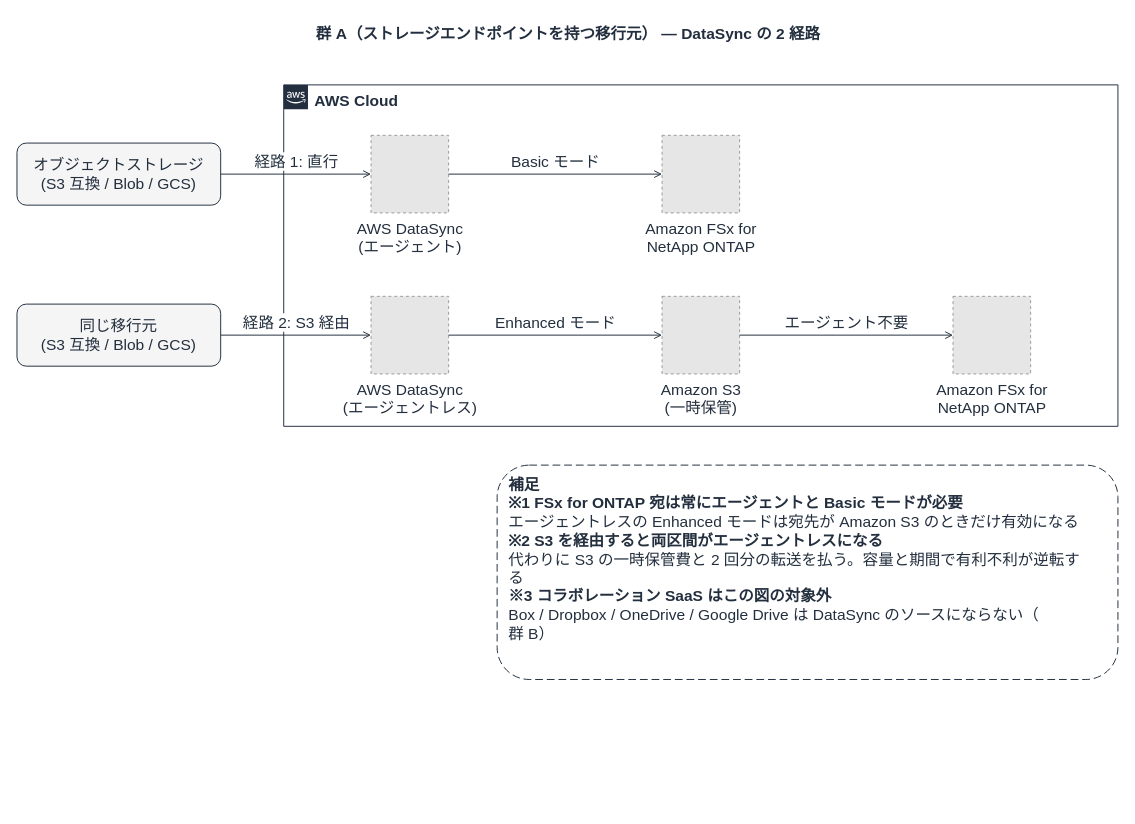
This is docs/diagrams/saas-migration-group-a-routes.drawio from Yoshiki0705/FSx-for-ONTAP-S3AccessPoints-Serverless-Patterns, a draw.io file, before an edit. Source tidied: cells renumbered, new cells numbered last; positions are measured from the earlier drawing's top-left corner, leaving out a move shared by most shapes. Both pictures are drawn from the tidied source at 97%, with x=0, y=0 at pixel (16, 16). Pictures stored in the file or linked from it are replaced by grey dashed boxes.
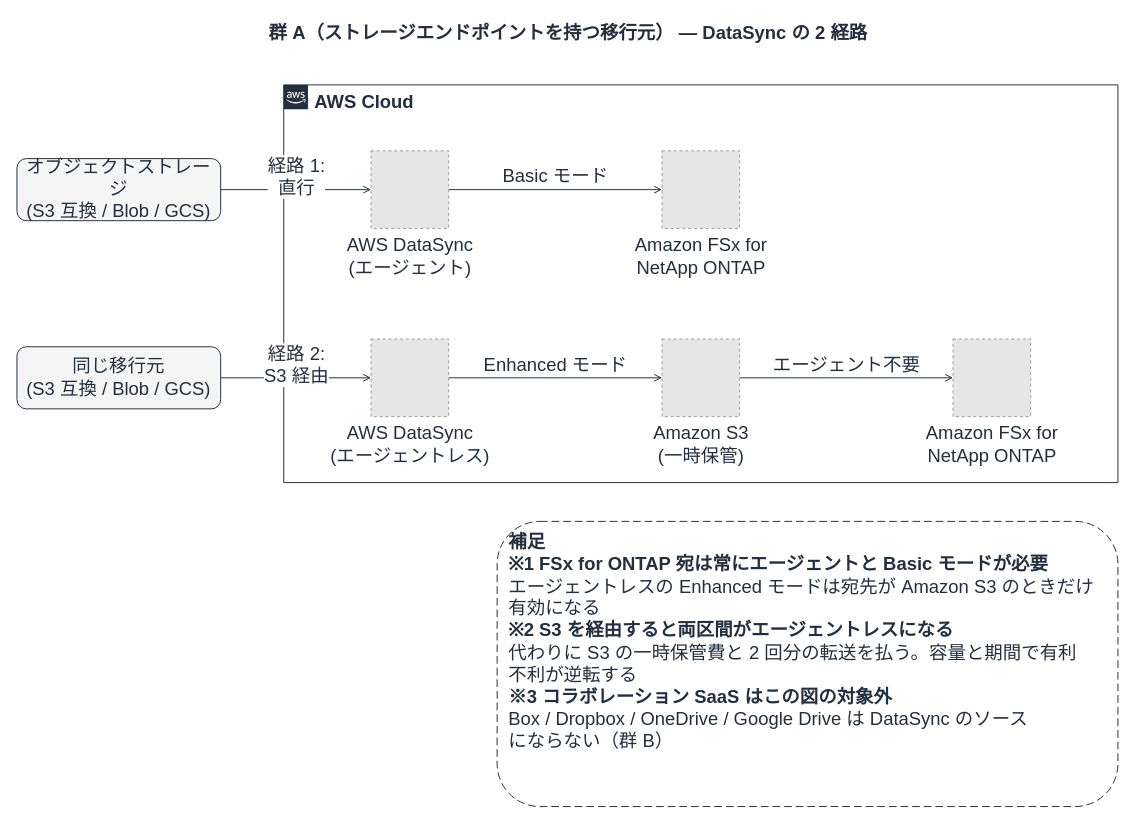
The same diagram, later.

Diff of the diagram source:
```diff
@@
-    <mxCell id="2" value="群 A（ストレージエンドポイントを持つ移行元） — DataSync の 2 経路" style="text;html=1;align=center;verticalAlign=middle;fontSize=16;fontStyle=1;fontColor=#232F3E;" parent="1" vertex="1">
+    <mxCell id="2" value="群 A（ストレージエンドポイントを持つ移行元） — DataSync の 2 経路" style="text;html=1;align=center;verticalAlign=middle;fontSize=19;fontStyle=1;fontColor=#232F3E;" parent="1" vertex="1">
       <mxGeometry width="1135" height="34" as="geometry" />
     </mxCell>
-    <mxCell id="3" value="AWS Cloud" style="gradientColor=none;html=1;whiteSpace=wrap;fontSize=16;fontStyle=1;shape=mxgraph.aws4.group;grIcon=mxgraph.aws4.group_aws_cloud_alt;strokeColor=#232F3E;fillColor=none;verticalAlign=top;align=left;spacingLeft=30;fontColor=#232F3E;dashed=0;" parent="1" vertex="1">
-      <mxGeometry x="275" y="70" width="860" height="352" as="geometry" />
+    <mxCell id="3" value="AWS Cloud" style="gradientColor=none;html=1;whiteSpace=wrap;fontSize=19;fontStyle=1;shape=mxgraph.aws4.group;grIcon=mxgraph.aws4.group_aws_cloud_alt;strokeColor=#232F3E;fillColor=none;verticalAlign=top;align=left;spacingLeft=30;fontColor=#232F3E;dashed=0;" parent="1" vertex="1">
+      <mxGeometry x="275" y="70" width="860" height="410" as="geometry" />
     </mxCell>
+    <mxCell id="11" value="経路 1:&lt;br&gt;直行" style="edgeStyle=orthogonalEdgeStyle;rounded=0;jettySize=auto;html=1;endArrow=open;endFill=0;strokeColor=#232F3E;strokeWidth=1;fontSize=19;fontColor=#232F3E;labelBackgroundColor=#ffffff;" parent="1" edge="1" source="4" target="5">
+      <mxGeometry relative="1" as="geometry">
+        <mxPoint y="-13" as="offset" />
+      </mxGeometry>
+    </mxCell>
+    <mxCell id="12" value="Basic モード" style="edgeStyle=orthogonalEdgeStyle;rounded=0;jettySize=auto;html=1;endArrow=open;endFill=0;strokeColor=#232F3E;strokeWidth=1;fontSize=19;fontColor=#232F3E;labelBackgroundColor=#ffffff;" parent="1" edge="1" source="5" target="6">
+      <mxGeometry relative="1" as="geometry">
+        <mxPoint y="-13" as="offset" />
+      </mxGeometry>
+    </mxCell>
+    <mxCell id="13" value="経路 2:&lt;br&gt;S3 経由" style="edgeStyle=orthogonalEdgeStyle;rounded=0;jettySize=auto;html=1;endArrow=open;endFill=0;strokeColor=#232F3E;strokeWidth=1;fontSize=19;fontColor=#232F3E;labelBackgroundColor=#ffffff;" parent="1" edge="1" source="7" target="8">
+      <mxGeometry relative="1" as="geometry">
+        <mxPoint y="-13" as="offset" />
+      </mxGeometry>
+    </mxCell>
+    <mxCell id="14" value="Enhanced モード" style="edgeStyle=orthogonalEdgeStyle;rounded=0;jettySize=auto;html=1;endArrow=open;endFill=0;strokeColor=#232F3E;strokeWidth=1;fontSize=19;fontColor=#232F3E;labelBackgroundColor=#ffffff;" parent="1" edge="1" source="8" target="9">
+      <mxGeometry relative="1" as="geometry">
+        <mxPoint y="-13" as="offset" />
+      </mxGeometry>
+    </mxCell>
+    <mxCell id="15" value="エージェント不要" style="edgeStyle=orthogonalEdgeStyle;rounded=0;jettySize=auto;html=1;endArrow=open;endFill=0;strokeColor=#232F3E;strokeWidth=1;fontSize=19;fontColor=#232F3E;labelBackgroundColor=#ffffff;" parent="1" edge="1" source="9" target="10">
+      <mxGeometry relative="1" as="geometry">
+        <mxPoint y="-13" as="offset" />
+      </mxGeometry>
+    </mxCell>
-    <mxCell id="4" value="オブジェクトストレージ&lt;br&gt;(S3 互換 / Blob / GCS)" style="rounded=1;whiteSpace=wrap;html=1;dashed=0;strokeColor=#232F3E;fillColor=#F5F5F5;align=center;verticalAlign=middle;fontSize=16;fontColor=#232F3E;" parent="1" vertex="1">
-      <mxGeometry y="130" width="210" height="64" as="geometry" />
+    <mxCell id="4" value="オブジェクトストレージ&lt;br&gt;(S3 互換 / Blob / GCS)" style="rounded=1;whiteSpace=wrap;html=1;dashed=0;strokeColor=#232F3E;fillColor=#F5F5F5;align=center;verticalAlign=middle;fontSize=19;fontColor=#232F3E;" parent="1" vertex="1">
+      <mxGeometry y="146" width="210" height="64" as="geometry" />
     </mxCell>
-    <mxCell id="5" value="AWS DataSync&lt;br&gt;(エージェント)" style="fillColor=#E6E6E6;strokeColor=#999999;dashed=1;html=1;verticalLabelPosition=bottom;verticalAlign=top;labelPosition=center;align=center;fontSize=16;fontColor=#232F3E;" parent="1" vertex="1">
-      <mxGeometry x="365" y="122" width="80" height="80" as="geometry" />
+    <mxCell id="5" value="AWS DataSync&lt;br&gt;(エージェント)" style="fillColor=#E6E6E6;strokeColor=#999999;dashed=1;html=1;verticalLabelPosition=bottom;verticalAlign=top;labelPosition=center;align=center;fontSize=19;fontColor=#232F3E;labelBackgroundColor=#FFFFFF;" parent="1" vertex="1">
+      <mxGeometry x="365" y="138" width="80" height="80" as="geometry" />
     </mxCell>
-    <mxCell id="6" value="Amazon FSx for&lt;br&gt;NetApp ONTAP" style="fillColor=#E6E6E6;strokeColor=#999999;dashed=1;html=1;verticalLabelPosition=bottom;verticalAlign=top;labelPosition=center;align=center;fontSize=16;fontColor=#232F3E;" parent="1" vertex="1">
-      <mxGeometry x="665" y="122" width="80" height="80" as="geometry" />
+    <mxCell id="6" value="Amazon FSx for&lt;br&gt;NetApp ONTAP" style="fillColor=#E6E6E6;strokeColor=#999999;dashed=1;html=1;verticalLabelPosition=bottom;verticalAlign=top;labelPosition=center;align=center;fontSize=19;fontColor=#232F3E;labelBackgroundColor=#FFFFFF;" parent="1" vertex="1">
+      <mxGeometry x="665" y="138" width="80" height="80" as="geometry" />
     </mxCell>
-    <mxCell id="7" value="同じ移行元&lt;br&gt;(S3 互換 / Blob / GCS)" style="rounded=1;whiteSpace=wrap;html=1;dashed=0;strokeColor=#232F3E;fillColor=#F5F5F5;align=center;verticalAlign=middle;fontSize=16;fontColor=#232F3E;" parent="1" vertex="1">
-      <mxGeometry y="296" width="210" height="64" as="geometry" />
+    <mxCell id="7" value="同じ移行元&lt;br&gt;(S3 互換 / Blob / GCS)" style="rounded=1;whiteSpace=wrap;html=1;dashed=0;strokeColor=#232F3E;fillColor=#F5F5F5;align=center;verticalAlign=middle;fontSize=19;fontColor=#232F3E;" parent="1" vertex="1">
+      <mxGeometry y="340" width="210" height="64" as="geometry" />
     </mxCell>
-    <mxCell id="8" value="AWS DataSync&lt;br&gt;(エージェントレス)" style="fillColor=#E6E6E6;strokeColor=#999999;dashed=1;html=1;verticalLabelPosition=bottom;verticalAlign=top;labelPosition=center;align=center;fontSize=16;fontColor=#232F3E;" parent="1" vertex="1">
-      <mxGeometry x="365" y="288" width="80" height="80" as="geometry" />
+    <mxCell id="8" value="AWS DataSync&lt;br&gt;(エージェントレス)" style="fillColor=#E6E6E6;strokeColor=#999999;dashed=1;html=1;verticalLabelPosition=bottom;verticalAlign=top;labelPosition=center;align=center;fontSize=19;fontColor=#232F3E;labelBackgroundColor=#FFFFFF;" parent="1" vertex="1">
+      <mxGeometry x="365" y="332" width="80" height="80" as="geometry" />
     </mxCell>
-    <mxCell id="9" value="Amazon S3&lt;br&gt;(一時保管)" style="fillColor=#E6E6E6;strokeColor=#999999;dashed=1;html=1;verticalLabelPosition=bottom;verticalAlign=top;labelPosition=center;align=center;fontSize=16;fontColor=#232F3E;" parent="1" vertex="1">
-      <mxGeometry x="665" y="288" width="80" height="80" as="geometry" />
+    <mxCell id="9" value="Amazon S3&lt;br&gt;(一時保管)" style="fillColor=#E6E6E6;strokeColor=#999999;dashed=1;html=1;verticalLabelPosition=bottom;verticalAlign=top;labelPosition=center;align=center;fontSize=19;fontColor=#232F3E;labelBackgroundColor=#FFFFFF;" parent="1" vertex="1">
+      <mxGeometry x="665" y="332" width="80" height="80" as="geometry" />
     </mxCell>
-    <mxCell id="10" value="Amazon FSx for&lt;br&gt;NetApp ONTAP" style="fillColor=#E6E6E6;strokeColor=#999999;dashed=1;html=1;verticalLabelPosition=bottom;verticalAlign=top;labelPosition=center;align=center;fontSize=16;fontColor=#232F3E;" parent="1" vertex="1">
-      <mxGeometry x="965" y="288" width="80" height="80" as="geometry" />
+    <mxCell id="10" value="Amazon FSx for&lt;br&gt;NetApp ONTAP" style="fillColor=#E6E6E6;strokeColor=#999999;dashed=1;html=1;verticalLabelPosition=bottom;verticalAlign=top;labelPosition=center;align=center;fontSize=19;fontColor=#232F3E;labelBackgroundColor=#FFFFFF;" parent="1" vertex="1">
+      <mxGeometry x="965" y="332" width="80" height="80" as="geometry" />
     </mxCell>
-    <mxCell id="11" value="経路 1: 直行" style="edgeStyle=orthogonalEdgeStyle;rounded=0;jettySize=auto;html=1;endArrow=open;endFill=0;strokeColor=#232F3E;strokeWidth=1;fontSize=16;fontColor=#232F3E;labelBackgroundColor=#ffffff;" parent="1" edge="1" source="4" target="5">
-      <mxGeometry relative="1" as="geometry">
-        <mxPoint y="-13" as="offset" />
-      </mxGeometry>
-    </mxCell>
-    <mxCell id="12" value="Basic モード" style="edgeStyle=orthogonalEdgeStyle;rounded=0;jettySize=auto;html=1;endArrow=open;endFill=0;strokeColor=#232F3E;strokeWidth=1;fontSize=16;fontColor=#232F3E;labelBackgroundColor=#ffffff;" parent="1" edge="1" source="5" target="6">
-      <mxGeometry relative="1" as="geometry">
-        <mxPoint y="-13" as="offset" />
-      </mxGeometry>
-    </mxCell>
-    <mxCell id="13" value="経路 2: S3 経由" style="edgeStyle=orthogonalEdgeStyle;rounded=0;jettySize=auto;html=1;endArrow=open;endFill=0;strokeColor=#232F3E;strokeWidth=1;fontSize=16;fontColor=#232F3E;labelBackgroundColor=#ffffff;" parent="1" edge="1" source="7" target="8">
-      <mxGeometry relative="1" as="geometry">
-        <mxPoint y="-13" as="offset" />
-      </mxGeometry>
-    </mxCell>
-    <mxCell id="14" value="Enhanced モード" style="edgeStyle=orthogonalEdgeStyle;rounded=0;jettySize=auto;html=1;endArrow=open;endFill=0;strokeColor=#232F3E;strokeWidth=1;fontSize=16;fontColor=#232F3E;labelBackgroundColor=#ffffff;" parent="1" edge="1" source="8" target="9">
-      <mxGeometry relative="1" as="geometry">
-        <mxPoint y="-13" as="offset" />
-      </mxGeometry>
-    </mxCell>
-    <mxCell id="15" value="エージェント不要" style="edgeStyle=orthogonalEdgeStyle;rounded=0;jettySize=auto;html=1;endArrow=open;endFill=0;strokeColor=#232F3E;strokeWidth=1;fontSize=16;fontColor=#232F3E;labelBackgroundColor=#ffffff;" parent="1" edge="1" source="9" target="10">
-      <mxGeometry relative="1" as="geometry">
-        <mxPoint y="-13" as="offset" />
-      </mxGeometry>
-    </mxCell>
-    <mxCell id="16" value="&lt;b&gt;補足&lt;/b&gt;&lt;br&gt;&lt;b&gt;※1 FSx for ONTAP 宛は常にエージェントと Basic モードが必要&lt;/b&gt;&lt;br&gt;エージェントレスの Enhanced モードは宛先が Amazon S3 のときだけ有効になる&lt;br&gt;&lt;b&gt;※2 S3 を経由すると両区間がエージェントレスになる&lt;/b&gt;&lt;br&gt;代わりに S3 の一時保管費と 2 回分の転送を払う。容量と期間で有利不利が逆転す&lt;br&gt;る&lt;br&gt;&lt;b&gt;※3 コラボレーション SaaS はこの図の対象外&lt;/b&gt;&lt;br&gt;Box / Dropbox / OneDrive / Google Drive は DataSync のソースにならない（&lt;br&gt;群 B）" style="rounded=1;whiteSpace=wrap;html=1;dashed=1;dashPattern=8 4;strokeColor=#232F3E;fillColor=#FFFFFF;align=left;verticalAlign=top;spacingLeft=10;spacingTop=4;fontSize=16;fontColor=#232F3E;" parent="1" vertex="1">
-      <mxGeometry x="495" y="462" width="640" height="221" as="geometry" />
+    <mxCell id="16" value="&lt;b&gt;補足&lt;/b&gt;&lt;br&gt;&lt;b&gt;※1 FSx for ONTAP 宛は常にエージェントと Basic モードが必要&lt;/b&gt;&lt;br&gt;エージェントレスの Enhanced モードは宛先が Amazon S3 のときだけ&lt;br&gt;有効になる&lt;br&gt;&lt;b&gt;※2 S3 を経由すると両区間がエージェントレスになる&lt;/b&gt;&lt;br&gt;代わりに S3 の一時保管費と 2 回分の転送を払う。容量と期間で有利&lt;br&gt;不利が逆転する&lt;br&gt;&lt;b&gt;※3 コラボレーション SaaS はこの図の対象外&lt;/b&gt;&lt;br&gt;Box / Dropbox / OneDrive / Google Drive は DataSync のソース&lt;br&gt;にならない（群 B）" style="rounded=1;whiteSpace=wrap;html=1;dashed=1;dashPattern=8 4;strokeColor=#232F3E;fillColor=#FFFFFF;align=left;verticalAlign=top;spacingLeft=10;spacingTop=4;fontSize=19;fontColor=#232F3E;" parent="1" vertex="1">
+      <mxGeometry x="495" y="520" width="640" height="294" as="geometry" />
     </mxCell>
```
